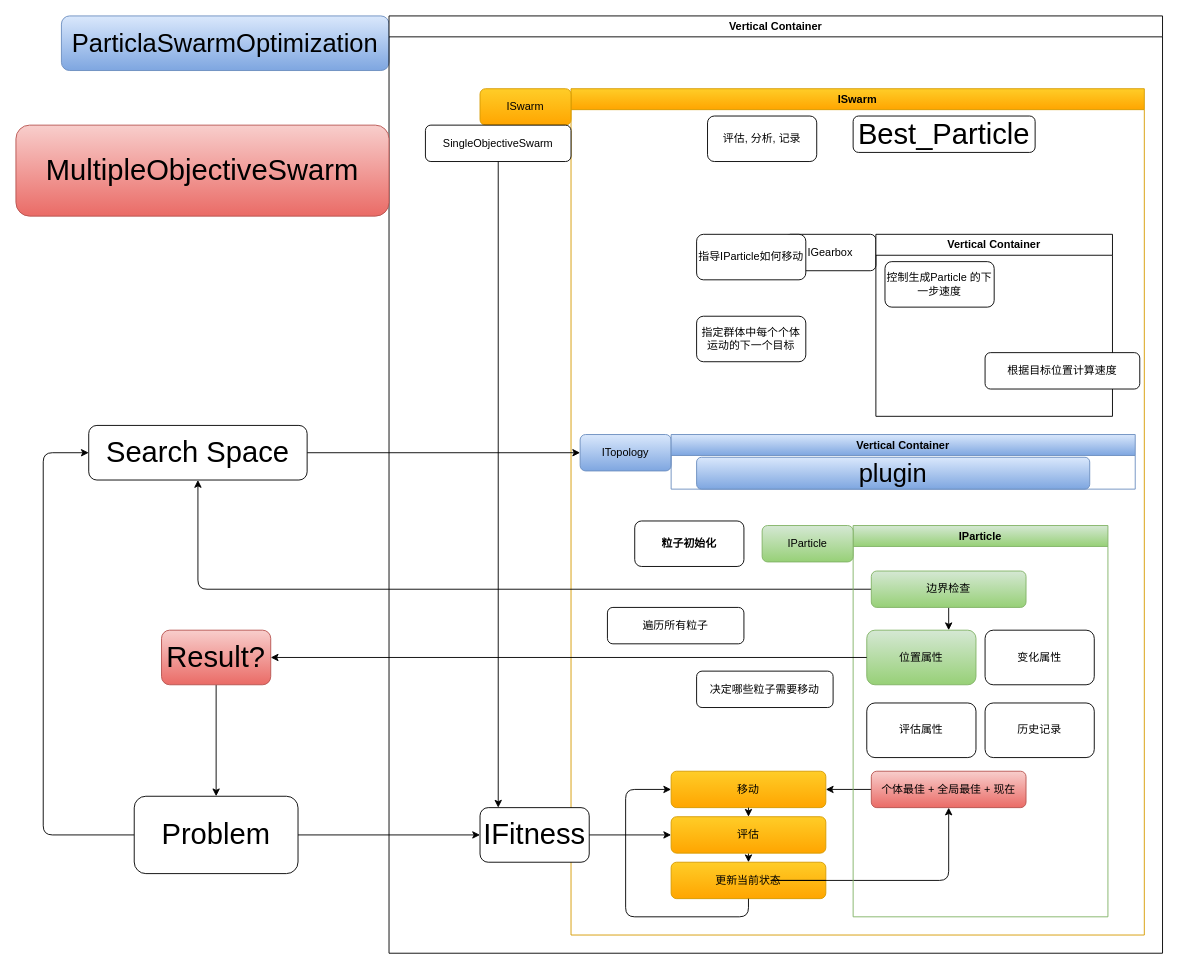
Earlier version of the draw.io diagram TMath/algorithms/GAPSO/pso.drawio (Choy-Mutao/TMath). Source tidied: cells renumbered, new cells numbered last; positions are measured from the earlier drawing's top-left corner, leaving out a move shared by most shapes. Both pictures are drawn from the tidied source at 91%, with x=0, y=0 at pixel (15, 15).
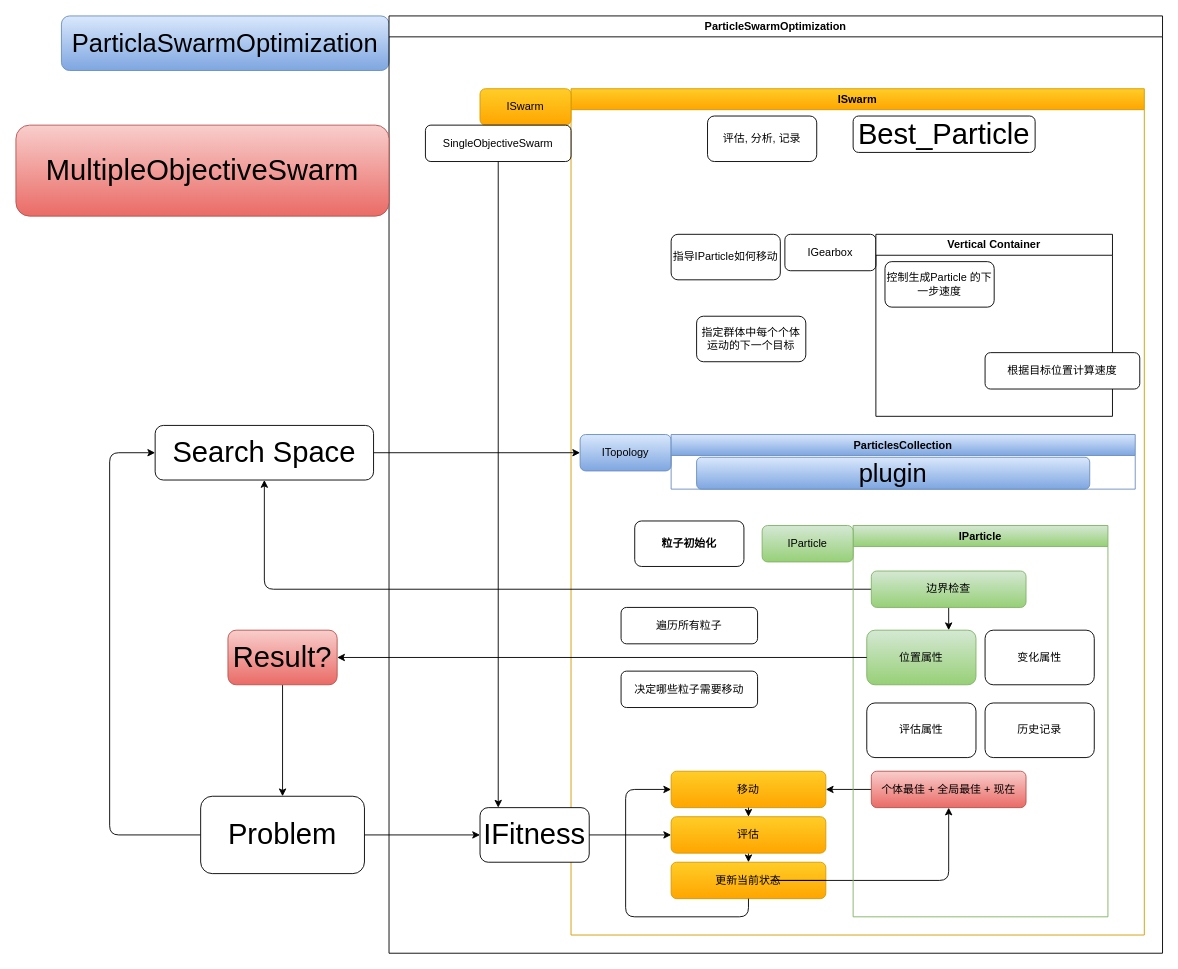
The same page after the edit.

Unchanged cells that the change refers to:
```xml
<mxCell id="26" value="边界检查" style="rounded=1;whiteSpace=wrap;html=1;fontSize=12;fillColor=#d5e8d4;strokeColor=#82b366;gradientColor=#97d077;" parent="19" vertex="1">
  <mxGeometry x="20" y="50" width="170" height="40" as="geometry" />
</mxCell>
```

Diff of the diagram source:
```diff
@@
     <mxCell id="10" style="edgeStyle=none;html=1;fontSize=32;entryX=0.5;entryY=1;entryDx=0;entryDy=0;" parent="1" edge="1" source="26" target="40">
       <mxGeometry relative="1" as="geometry">
         <Array as="points">
-          <mxPoint x="200" y="630" />
+          <mxPoint x="273" y="630" />
         </Array>
       </mxGeometry>
     </mxCell>
@@
-    <mxCell id="14" value="Vertical Container" style="swimlane;whiteSpace=wrap;html=1;fontSize=12;" parent="1" vertex="1">
+    <mxCell id="14" value="ParticleSwarmOptimization" style="swimlane;whiteSpace=wrap;html=1;fontSize=12;" parent="1" vertex="1">
       <mxGeometry x="410" width="850" height="1030" as="geometry" />
     </mxCell>
@@
     <mxCell id="29" value="遍历所有粒子" style="rounded=1;whiteSpace=wrap;html=1;fontSize=12;" parent="14" vertex="1">
-      <mxGeometry x="240" y="650" width="150" height="40" as="geometry" />
+      <mxGeometry x="255" y="650" width="150" height="40" as="geometry" />
     </mxCell>
@@
     <mxCell id="31" value="指导IParticle如何移动" style="rounded=1;whiteSpace=wrap;html=1;" parent="14" vertex="1">
-      <mxGeometry x="338" y="240" width="120" height="50" as="geometry" />
+      <mxGeometry x="310" y="240" width="120" height="50" as="geometry" />
     </mxCell>
@@
     <mxCell id="35" value="决定哪些粒子需要移动" style="rounded=1;whiteSpace=wrap;html=1;fontSize=12;" parent="14" vertex="1">
-      <mxGeometry x="338" y="720" width="150" height="40" as="geometry" />
+      <mxGeometry x="255" y="720" width="150" height="40" as="geometry" />
     </mxCell>
@@
-    <mxCell id="37" value="Vertical Container" style="swimlane;whiteSpace=wrap;html=1;fontSize=12;fillColor=#dae8fc;strokeColor=#6c8ebf;gradientColor=#7ea6e0;" parent="14" vertex="1">
+    <mxCell id="37" value="ParticlesCollection" style="swimlane;whiteSpace=wrap;html=1;fontSize=12;fillColor=#dae8fc;strokeColor=#6c8ebf;gradientColor=#7ea6e0;" parent="14" vertex="1">
       <mxGeometry x="310" y="460" width="510" height="60" as="geometry" />
     </mxCell>
@@
     <mxCell id="40" value="Search Space" style="rounded=1;whiteSpace=wrap;html=1;fontSize=32;" parent="1" vertex="1">
-      <mxGeometry x="80" y="450" width="240" height="60" as="geometry" />
+      <mxGeometry x="153" y="450" width="240" height="60" as="geometry" />
     </mxCell>
@@
     <mxCell id="42" value="Result?" style="rounded=1;whiteSpace=wrap;html=1;fontSize=32;fillColor=#f8cecc;strokeColor=#b85450;gradientColor=#ea6b66;" parent="1" vertex="1">
-      <mxGeometry x="160" y="675" width="120" height="60" as="geometry" />
+      <mxGeometry x="233" y="675" width="120" height="60" as="geometry" />
     </mxCell>
@@
     <mxCell id="49" style="edgeStyle=none;html=1;entryX=0;entryY=0.5;entryDx=0;entryDy=0;fontSize=28;" parent="1" edge="1" source="50" target="40">
       <mxGeometry relative="1" as="geometry">
         <Array as="points">
-          <mxPoint x="30" y="900" />
-          <mxPoint x="30" y="480" />
+          <mxPoint x="103" y="900" />
+          <mxPoint x="103" y="480" />
         </Array>
       </mxGeometry>
     </mxCell>
     <mxCell id="50" value="Problem" style="rounded=1;whiteSpace=wrap;html=1;fontSize=32;" parent="1" vertex="1">
-      <mxGeometry x="130" y="857.5" width="180" height="85" as="geometry" />
+      <mxGeometry x="203" y="857.5" width="180" height="85" as="geometry" />
     </mxCell>
```
